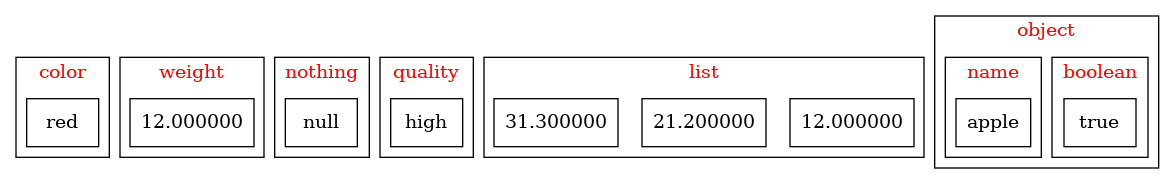
jyf111/easy-json keeps this Graphviz diagram as build/test.png. Above is the earlier version. Its source is kept beside it as build/test.dot. The source it was exported from:
```dot
graph {node [shape="box"]
compound = true
subgraph cluster0{
label = <<FONT COLOR="red">color</FONT>>
0 [label="red"]
}
subgraph cluster1{
label = <<FONT COLOR="red">weight</FONT>>
1 [label="12.000000"]
}
subgraph cluster2{
label = <<FONT COLOR="red">nothing</FONT>>
2 [label="null"]
}
subgraph cluster3{
label = <<FONT COLOR="red">quality</FONT>>
3 [label="high"]
}
subgraph cluster4{
label = <<FONT COLOR="red">list</FONT>>
4 [label="12.000000"]
5 [label="21.200000"]
6 [label="31.300000"]
}
subgraph cluster5{
label = <<FONT COLOR="red">object</FONT>>
subgraph cluster6{
label = <<FONT COLOR="red">boolean</FONT>>
7 [label="true"]
}
subgraph cluster7{
label = <<FONT COLOR="red">name</FONT>>
8 [label="apple"]
}
}
}
```
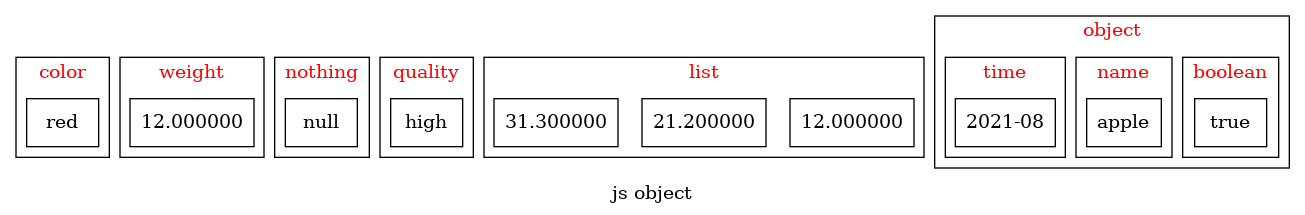
Later version of the same file.

Diff of the diagram source:
```diff
@@ -1,5 +1,6 @@
 graph {node [shape="box"]
 compound = true
+label = "js object"
 subgraph cluster0{
 label = <<FONT COLOR="red">color</FONT>>
 0 [label="red"]
@@ -32,5 +33,9 @@
 label = <<FONT COLOR="red">name</FONT>>
 8 [label="apple"]
 }
+subgraph cluster8{
+label = <<FONT COLOR="red">time</FONT>>
+9 [label="2021-08"]
 }
 }
+}
```
